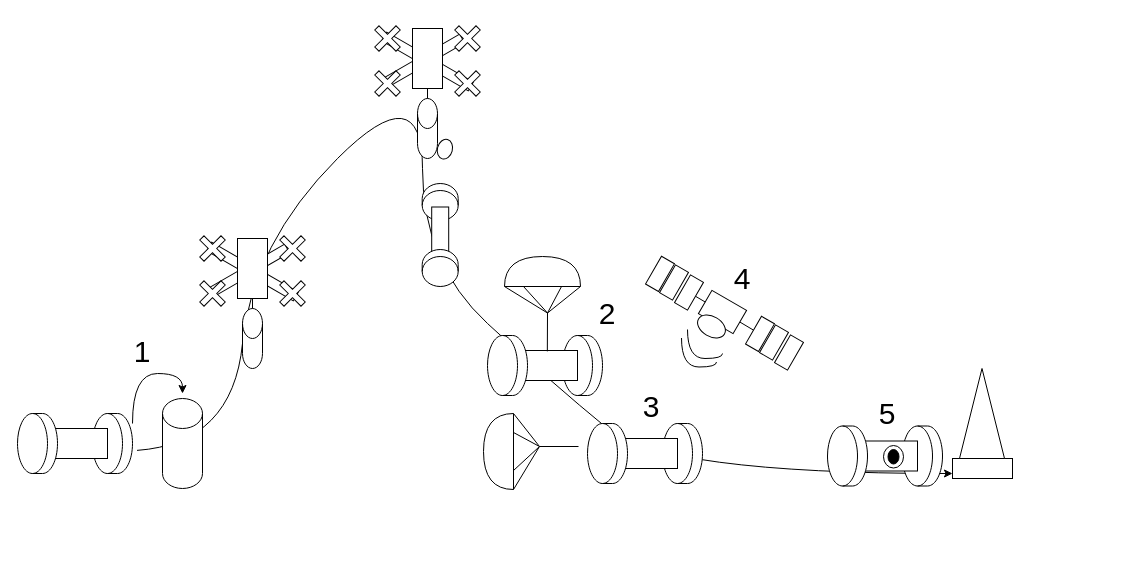
The draw.io diagram mission-sequence.drawio in kodama-gentaro/cansat_team_a, before the edit. Source tidied: cells renumbered, new cells numbered last; positions are measured from the earlier drawing's top-left corner, leaving out a move shared by most shapes. Both pictures are drawn from the tidied source at 100%, with x=0, y=0 at pixel (7, 23).
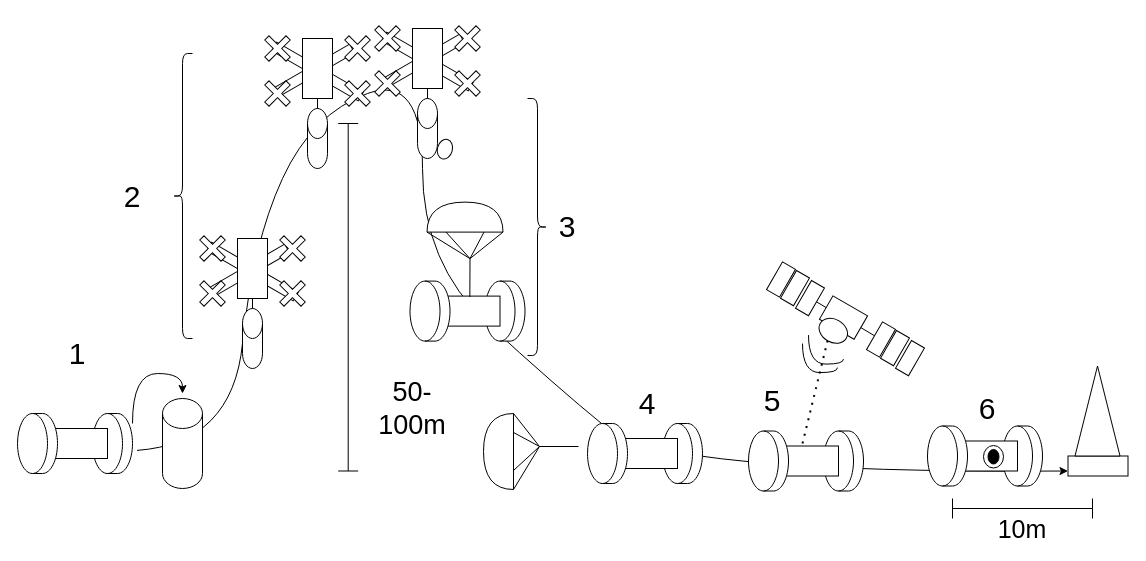
The same diagram, later.

Commit message:
mission-sequence.drawio を更新します

Unchanged cells that the change refers to:
```xml
<mxCell id="8" style="shape=cylinder3;whiteSpace=wrap;html=1;boundedLbl=1;backgroundOutline=1;size=15;rotation=-90;" parent="1" vertex="1">
  <mxGeometry x="75" y="400" width="60" height="40" as="geometry" />
</mxCell>
```

Change to the diagram source:
```diff
@@
     <mxCell id="2" style="curved=1;endArrow=classic;html=1;rounded=0;exitX=0.385;exitY=1.113;exitDx=0;exitDy=0;exitPerimeter=0;entryX=0;entryY=0.75;entryDx=0;entryDy=0;" parent="1" edge="1" source="8" target="54">
       <mxGeometry relative="1" as="geometry">
         <Array as="points">
           <mxPoint x="225" y="420" />
           <mxPoint x="245" y="220" />
+          <mxPoint x="305" y="90" />
           <mxPoint x="415" y="50" />
           <mxPoint x="415" y="240" />
           <mxPoint x="545" y="360" />
           <mxPoint x="655" y="450" />
         </Array>
       </mxGeometry>
     </mxCell>
@@
-    <mxCell id="4" style="shape=cylinder3;whiteSpace=wrap;html=1;boundedLbl=1;backgroundOutline=1;size=15;rotation=-180;" parent="1" vertex="1">
-      <mxGeometry x="414.7" y="160" width="36" height="37" as="geometry" />
-    </mxCell>
@@
-    <mxCell id="28" style="rounded=0;whiteSpace=wrap;html=1;rotation=-90;" parent="1" vertex="1">
-      <mxGeometry x="404.7" y="203" width="56" height="17" as="geometry" />
-    </mxCell>
-    <mxCell id="29" style="shape=cylinder3;whiteSpace=wrap;html=1;boundedLbl=1;backgroundOutline=1;size=15;rotation=-180;" parent="1" vertex="1">
-      <mxGeometry x="414.7" y="226" width="36" height="37" as="geometry" />
-    </mxCell>
     <mxCell id="30" style="shape=cylinder3;whiteSpace=wrap;html=1;boundedLbl=1;backgroundOutline=1;size=15;rotation=-90;" parent="1" vertex="1">
-      <mxGeometry x="545" y="322" width="60" height="40" as="geometry" />
+      <mxGeometry x="467.5" y="267.6" width="60" height="40" as="geometry" />
     </mxCell>
     <mxCell id="31" style="rounded=0;whiteSpace=wrap;html=1;" parent="1" vertex="1">
-      <mxGeometry x="490" y="327" width="80" height="30" as="geometry" />
+      <mxGeometry x="412.5" y="272.6" width="80" height="30" as="geometry" />
     </mxCell>
     <mxCell id="32" style="shape=cylinder3;whiteSpace=wrap;html=1;boundedLbl=1;backgroundOutline=1;size=15;rotation=-90;" parent="1" vertex="1">
-      <mxGeometry x="470" y="322" width="60" height="40" as="geometry" />
+      <mxGeometry x="392.5" y="267.6" width="60" height="40" as="geometry" />
     </mxCell>
     <mxCell id="33" style="rounded=0;jettySize=auto;html=1;exitX=0;exitY=0;exitDx=0;exitDy=0;endArrow=none;endFill=0;" parent="1" edge="1" source="37">
       <mxGeometry relative="1" as="geometry">
-        <mxPoint x="540" y="289.5" as="targetPoint" />
+        <mxPoint x="462.5" y="235.1" as="targetPoint" />
       </mxGeometry>
     </mxCell>
     <mxCell id="34" style="rounded=0;jettySize=auto;html=1;exitX=0;exitY=1;exitDx=0;exitDy=0;endArrow=none;endFill=0;" parent="1" edge="1" source="37">
       <mxGeometry relative="1" as="geometry">
-        <mxPoint x="540" y="289.5" as="targetPoint" />
+        <mxPoint x="462.5" y="235.1" as="targetPoint" />
       </mxGeometry>
     </mxCell>
     <mxCell id="35" style="rounded=0;jettySize=auto;html=1;exitX=0;exitY=0.25;exitDx=0;exitDy=0;endArrow=none;endFill=0;" parent="1" edge="1" source="37">
       <mxGeometry relative="1" as="geometry">
-        <mxPoint x="540" y="289.5" as="targetPoint" />
+        <mxPoint x="462.5" y="235.1" as="targetPoint" />
       </mxGeometry>
     </mxCell>
     <mxCell id="36" style="rounded=0;jettySize=auto;html=1;exitX=0;exitY=0.75;exitDx=0;exitDy=0;endArrow=none;endFill=0;" parent="1" edge="1" source="37">
       <mxGeometry relative="1" as="geometry">
-        <mxPoint x="540" y="289.5" as="targetPoint" />
+        <mxPoint x="462.5" y="235.1" as="targetPoint" />
       </mxGeometry>
     </mxCell>
     <mxCell id="37" style="shape=delay;whiteSpace=wrap;html=1;rotation=-90;" parent="1" vertex="1">
-      <mxGeometry x="520" y="210" width="30" height="76" as="geometry" />
+      <mxGeometry x="442.5" y="155.6" width="30" height="76" as="geometry" />
     </mxCell>
     <mxCell id="38" style="endArrow=none;html=1;rounded=0;exitX=0.623;exitY=0.029;exitDx=0;exitDy=0;exitPerimeter=0;" parent="1" edge="1" source="31">
       <mxGeometry relative="1" as="geometry">
-        <mxPoint x="540" y="289.5" as="targetPoint" />
+        <mxPoint x="462.5" y="235.1" as="targetPoint" />
       </mxGeometry>
     </mxCell>
@@
     <mxCell id="43" style="rounded=0;whiteSpace=wrap;html=1;rotation=30;" parent="1" vertex="1">
-      <mxGeometry x="695" y="275" width="40" height="27" as="geometry" />
+      <mxGeometry x="816" y="280.6" width="40" height="27" as="geometry" />
     </mxCell>
     <mxCell id="44" style="rounded=0;whiteSpace=wrap;html=1;rotation=30;" parent="1" vertex="1">
-      <mxGeometry x="745" y="294.4" width="15" height="32" as="geometry" />
+      <mxGeometry x="866" y="300" width="15" height="32" as="geometry" />
     </mxCell>
     <mxCell id="45" style="rounded=0;whiteSpace=wrap;html=1;rotation=30;" parent="1" vertex="1">
-      <mxGeometry x="759" y="303" width="15" height="32" as="geometry" />
+      <mxGeometry x="880" y="308.6" width="15" height="32" as="geometry" />
     </mxCell>
     <mxCell id="46" style="rounded=0;whiteSpace=wrap;html=1;rotation=30;" parent="1" vertex="1">
-      <mxGeometry x="774" y="313" width="15" height="32" as="geometry" />
+      <mxGeometry x="895" y="318.6" width="15" height="32" as="geometry" />
     </mxCell>
     <mxCell id="47" style="rounded=0;whiteSpace=wrap;html=1;rotation=30;" parent="1" vertex="1">
-      <mxGeometry x="645" y="234.4" width="15" height="32" as="geometry" />
+      <mxGeometry x="766" y="240" width="15" height="32" as="geometry" />
     </mxCell>
     <mxCell id="48" style="rounded=0;whiteSpace=wrap;html=1;rotation=30;" parent="1" vertex="1">
-      <mxGeometry x="659" y="243" width="15" height="32" as="geometry" />
+      <mxGeometry x="780" y="248.6" width="15" height="32" as="geometry" />
     </mxCell>
@@
     <mxCell id="50" style="rounded=0;whiteSpace=wrap;html=1;rotation=30;" parent="1" vertex="1">
-      <mxGeometry x="674" y="253" width="15" height="32" as="geometry" />
+      <mxGeometry x="795" y="258.6" width="15" height="32" as="geometry" />
     </mxCell>
     <mxCell id="51" style="ellipse;whiteSpace=wrap;html=1;rotation=30;" parent="1" vertex="1">
-      <mxGeometry x="689" y="293" width="30" height="20" as="geometry" />
+      <mxGeometry x="810.8" y="295.8" width="30" height="23" as="geometry" />
     </mxCell>
     <mxCell id="52" style="endArrow=none;html=1;rounded=0;edgeStyle=orthogonalEdgeStyle;curved=1;" parent="1" edge="1">
       <mxGeometry relative="1" as="geometry">
-        <mxPoint x="680" y="306" as="sourcePoint" />
-        <mxPoint x="715" y="330" as="targetPoint" />
+        <mxPoint x="801" y="311.6" as="sourcePoint" />
+        <mxPoint x="836" y="335.6" as="targetPoint" />
         <Array as="points">
-          <mxPoint x="680" y="335" />
+          <mxPoint x="801" y="340.6" />
         </Array>
       </mxGeometry>
     </mxCell>
     <mxCell id="53" style="endArrow=none;html=1;rounded=0;edgeStyle=orthogonalEdgeStyle;curved=1;" parent="1" edge="1">
       <mxGeometry relative="1" as="geometry">
-        <mxPoint x="674" y="314.5" as="sourcePoint" />
-        <mxPoint x="709" y="338.5" as="targetPoint" />
+        <mxPoint x="795" y="320.1" as="sourcePoint" />
+        <mxPoint x="830" y="344.1" as="targetPoint" />
         <Array as="points">
-          <mxPoint x="674" y="343.5" />
+          <mxPoint x="795" y="349.1" />
         </Array>
       </mxGeometry>
     </mxCell>
     <mxCell id="54" style="rounded=0;whiteSpace=wrap;html=1;" parent="1" vertex="1">
-      <mxGeometry x="945" y="435" width="60" height="20" as="geometry" />
+      <mxGeometry x="1060.5" y="432.5" width="60" height="20" as="geometry" />
     </mxCell>
     <mxCell id="55" style="triangle;whiteSpace=wrap;html=1;rotation=-90;" parent="1" vertex="1">
-      <mxGeometry x="929.5" y="367.5" width="90" height="45" as="geometry" />
+      <mxGeometry x="1045" y="365" width="90" height="45" as="geometry" />
     </mxCell>
     <mxCell id="56" style="shape=cylinder3;whiteSpace=wrap;html=1;boundedLbl=1;backgroundOutline=1;size=15;rotation=-90;" parent="1" vertex="1">
-      <mxGeometry x="885" y="412.5" width="60" height="40" as="geometry" />
+      <mxGeometry x="985" y="412.5" width="60" height="40" as="geometry" />
     </mxCell>
     <mxCell id="57" style="rounded=0;whiteSpace=wrap;html=1;" parent="1" vertex="1">
-      <mxGeometry x="830" y="417.5" width="80" height="30" as="geometry" />
+      <mxGeometry x="930" y="417.5" width="80" height="30" as="geometry" />
     </mxCell>
     <mxCell id="58" style="shape=cylinder3;whiteSpace=wrap;html=1;boundedLbl=1;backgroundOutline=1;size=15;rotation=-90;" parent="1" vertex="1">
-      <mxGeometry x="810" y="412.5" width="60" height="40" as="geometry" />
+      <mxGeometry x="910" y="412.5" width="60" height="40" as="geometry" />
     </mxCell>
     <mxCell id="59" style="ellipse;whiteSpace=wrap;html=1;" parent="1" vertex="1">
-      <mxGeometry x="876" y="422" width="20" height="22.5" as="geometry" />
+      <mxGeometry x="976" y="422" width="20" height="22.5" as="geometry" />
     </mxCell>
     <mxCell id="60" style="ellipse;whiteSpace=wrap;html=1;fillColor=#000000;" parent="1" vertex="1">
-      <mxGeometry x="880.5" y="426" width="11" height="14.5" as="geometry" />
+      <mxGeometry x="980.5" y="426" width="11" height="14.5" as="geometry" />
     </mxCell>
     <mxCell id="61" value="&lt;font style=&quot;font-size: 30px;&quot;&gt;1&lt;/font&gt;" style="text;html=1;strokeColor=none;fillColor=none;align=center;verticalAlign=middle;whiteSpace=wrap;rounded=0;" parent="1" vertex="1">
-      <mxGeometry x="105" y="313" width="60" height="30" as="geometry" />
+      <mxGeometry x="40" y="315" width="60" height="30" as="geometry" />
     </mxCell>
     <mxCell id="62" value="&lt;font style=&quot;font-size: 30px;&quot;&gt;3&lt;/font&gt;" style="text;html=1;strokeColor=none;fillColor=none;align=center;verticalAlign=middle;whiteSpace=wrap;rounded=0;" parent="1" vertex="1">
-      <mxGeometry x="614" y="367.5" width="60" height="30" as="geometry" />
+      <mxGeometry x="530" y="187.5" width="60" height="30" as="geometry" />
     </mxCell>
     <mxCell id="63" value="&lt;font style=&quot;font-size: 30px;&quot;&gt;2&lt;/font&gt;" style="text;html=1;strokeColor=none;fillColor=none;align=center;verticalAlign=middle;whiteSpace=wrap;rounded=0;" parent="1" vertex="1">
-      <mxGeometry x="570" y="275" width="60" height="30" as="geometry" />
+      <mxGeometry x="95" y="157.5" width="60" height="30" as="geometry" />
     </mxCell>
@@
     <mxCell id="71" value="&lt;font style=&quot;font-size: 30px;&quot;&gt;4&lt;/font&gt;" style="text;html=1;strokeColor=none;fillColor=none;align=center;verticalAlign=middle;whiteSpace=wrap;rounded=0;" parent="1" vertex="1">
-      <mxGeometry x="705" y="240" width="60" height="30" as="geometry" />
+      <mxGeometry x="610" y="365" width="60" height="30" as="geometry" />
     </mxCell>
     <mxCell id="72" value="&lt;font style=&quot;font-size: 30px;&quot;&gt;5&lt;/font&gt;" style="text;html=1;strokeColor=none;fillColor=none;align=center;verticalAlign=middle;whiteSpace=wrap;rounded=0;" parent="1" vertex="1">
-      <mxGeometry x="850" y="375" width="60" height="30" as="geometry" />
+      <mxGeometry x="735" y="362" width="60" height="30" as="geometry" />
     </mxCell>
+    <mxCell id="73" style="shape=cylinder3;whiteSpace=wrap;html=1;boundedLbl=1;backgroundOutline=1;size=15;rotation=-90;" parent="1" vertex="1">
+      <mxGeometry x="806" y="417.5" width="60" height="40" as="geometry" />
+    </mxCell>
+    <mxCell id="74" style="rounded=0;whiteSpace=wrap;html=1;" parent="1" vertex="1">
+      <mxGeometry x="751" y="422.5" width="80" height="30" as="geometry" />
+    </mxCell>
+    <mxCell id="75" style="shape=cylinder3;whiteSpace=wrap;html=1;boundedLbl=1;backgroundOutline=1;size=15;rotation=-90;" parent="1" vertex="1">
+      <mxGeometry x="731" y="417.5" width="60" height="40" as="geometry" />
+    </mxCell>
+    <mxCell id="76" style="endArrow=none;dashed=1;html=1;dashPattern=1 3;strokeWidth=2;rounded=0;entryX=0.5;entryY=1;entryDx=0;entryDy=0;" parent="1" edge="1" target="51">
+      <mxGeometry relative="1" as="geometry">
+        <mxPoint x="795" y="420" as="sourcePoint" />
+      </mxGeometry>
+    </mxCell>
+    <mxCell id="77" value="&lt;font style=&quot;font-size: 30px;&quot;&gt;6&lt;/font&gt;" style="text;html=1;strokeColor=none;fillColor=none;align=center;verticalAlign=middle;whiteSpace=wrap;rounded=0;" parent="1" vertex="1">
+      <mxGeometry x="950" y="370" width="60" height="30" as="geometry" />
+    </mxCell>
+    <mxCell id="78" style="shape=curlyBracket;whiteSpace=wrap;html=1;rounded=1;labelPosition=left;verticalLabelPosition=middle;align=right;verticalAlign=middle;" parent="1" vertex="1">
+      <mxGeometry x="165" y="30" width="20" height="285" as="geometry" />
+    </mxCell>
+    <mxCell id="79" style="shape=curlyBracket;whiteSpace=wrap;html=1;rounded=1;flipH=1;labelPosition=right;verticalLabelPosition=middle;align=left;verticalAlign=middle;" parent="1" vertex="1">
+      <mxGeometry x="520" y="75" width="20" height="257" as="geometry" />
+    </mxCell>
+    <mxCell id="80" style="rounded=0;whiteSpace=wrap;html=1;rotation=30;" parent="1" vertex="1">
+      <mxGeometry x="260" y="43" width="100" height="10" as="geometry" />
+    </mxCell>
+    <mxCell id="81" style="rounded=0;whiteSpace=wrap;html=1;rotation=-30;" parent="1" vertex="1">
+      <mxGeometry x="260.7" y="42.5" width="90" height="10" as="geometry" />
+    </mxCell>
+    <mxCell id="82" style="shape=cross;whiteSpace=wrap;html=1;rotation=45;" parent="1" vertex="1">
+      <mxGeometry x="255" y="10" width="30" height="30" as="geometry" />
+    </mxCell>
+    <mxCell id="83" style="shape=cross;whiteSpace=wrap;html=1;rotation=45;" parent="1" vertex="1">
+      <mxGeometry x="335" y="10" width="30" height="30" as="geometry" />
+    </mxCell>
+    <mxCell id="84" style="shape=cross;whiteSpace=wrap;html=1;rotation=45;" parent="1" vertex="1">
+      <mxGeometry x="255" y="55" width="30" height="30" as="geometry" />
+    </mxCell>
+    <mxCell id="85" style="shape=cross;whiteSpace=wrap;html=1;rotation=45;" parent="1" vertex="1">
+      <mxGeometry x="335" y="55" width="30" height="30" as="geometry" />
+    </mxCell>
+    <mxCell id="86" style="rounded=0;whiteSpace=wrap;html=1;" parent="1" vertex="1">
+      <mxGeometry x="295" y="15" width="30" height="60" as="geometry" />
+    </mxCell>
+    <mxCell id="87" style="shape=cylinder3;whiteSpace=wrap;html=1;boundedLbl=1;backgroundOutline=1;size=15;" parent="1" vertex="1">
+      <mxGeometry x="300" y="85" width="20" height="60" as="geometry" />
+    </mxCell>
+    <mxCell id="88" style="endArrow=none;html=1;rounded=0;entryX=0.5;entryY=1;entryDx=0;entryDy=0;" parent="1" edge="1" source="87" target="86">
+      <mxGeometry relative="1" as="geometry" />
+    </mxCell>
+    <mxCell id="89" style="shape=crossbar;whiteSpace=wrap;html=1;rounded=1;direction=south;" parent="1" vertex="1">
+      <mxGeometry x="330.7" y="100" width="20" height="347.5" as="geometry" />
+    </mxCell>
+    <mxCell id="90" value="&lt;font style=&quot;font-size: 27px;&quot;&gt;50-100m&lt;/font&gt;" style="text;html=1;strokeColor=none;fillColor=none;align=center;verticalAlign=middle;whiteSpace=wrap;rounded=0;" parent="1" vertex="1">
+      <mxGeometry x="375" y="370" width="60" height="30" as="geometry" />
+    </mxCell>
+    <mxCell id="91" style="shape=crossbar;whiteSpace=wrap;html=1;rounded=1;" parent="1" vertex="1">
+      <mxGeometry x="945" y="475" width="140" height="20" as="geometry" />
+    </mxCell>
+    <mxCell id="92" value="&lt;font style=&quot;font-size: 25px;&quot;&gt;10m&lt;/font&gt;" style="text;html=1;strokeColor=none;fillColor=none;align=center;verticalAlign=middle;whiteSpace=wrap;rounded=0;" parent="1" vertex="1">
+      <mxGeometry x="985" y="490" width="60" height="30" as="geometry" />
+    </mxCell>
```
